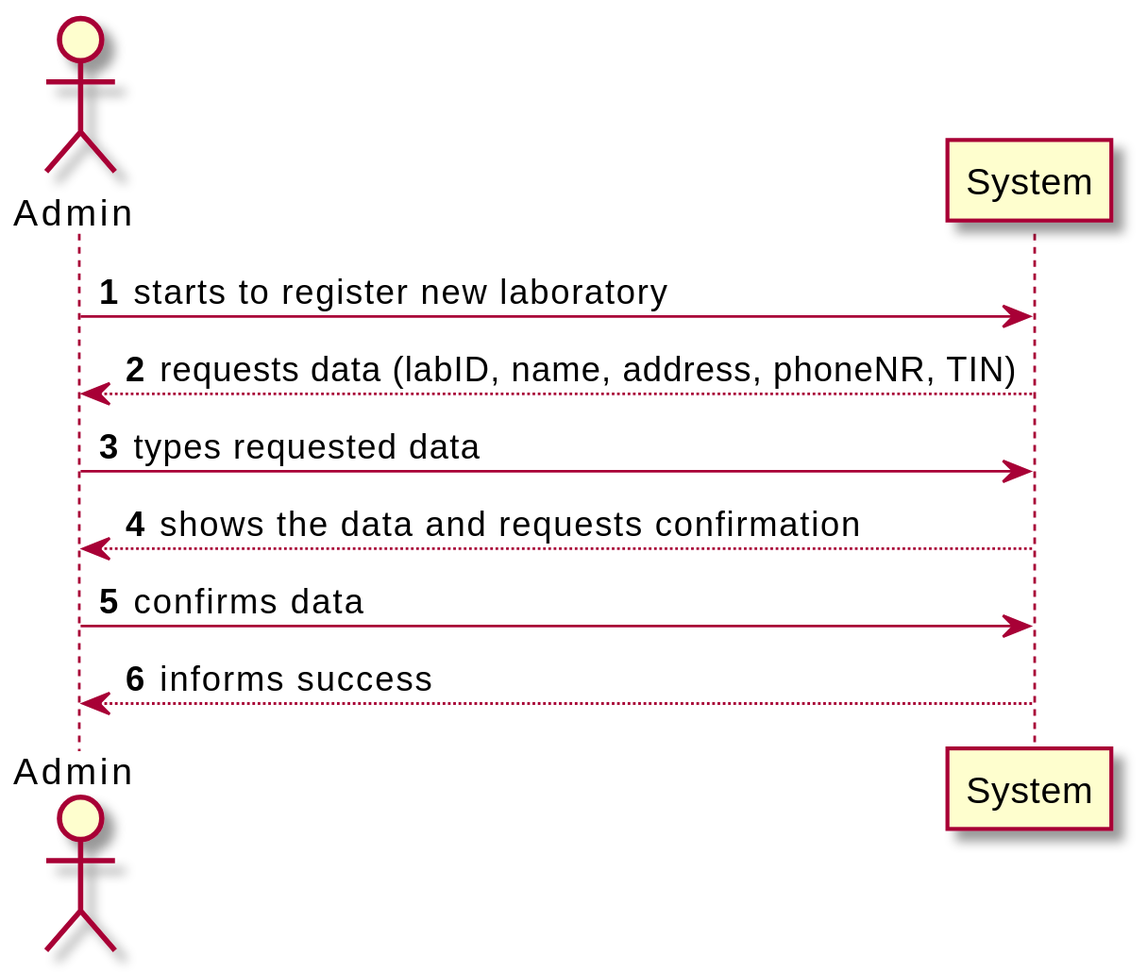
jsmarques98/LAPR2-ISEP keeps this PlantUML diagram as docs/SprintB/US8/US8_SSD.svg. Above is the earlier version.
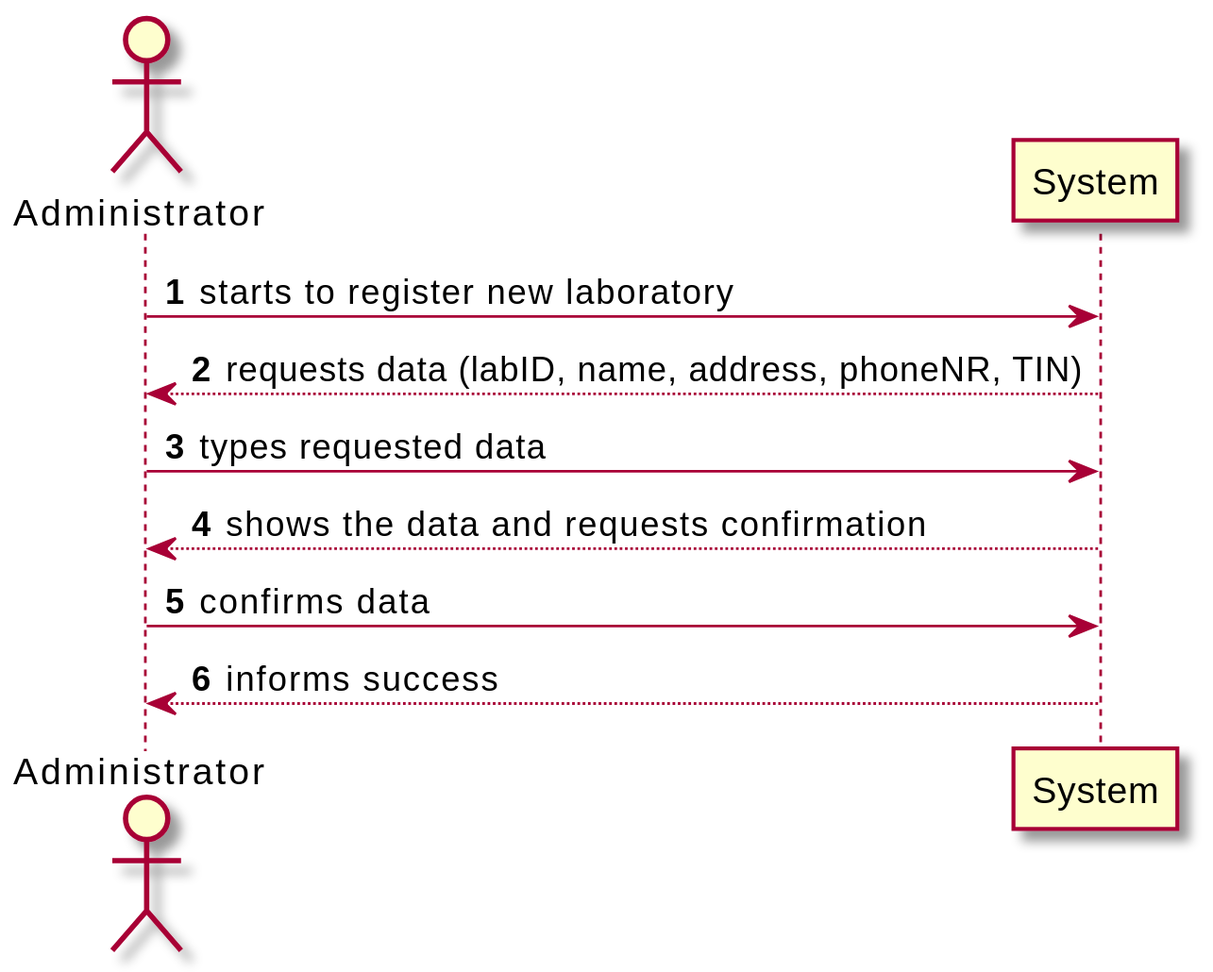
The same file after the commit.

Diff of the diagram source:
```diff
@@ -2,7 +2,7 @@
 
 autonumber
 
-actor  "Admin"
+actor  "Administrator" as Admin
 
 Admin -> System: starts to register new laboratory
 System --> Admin: requests data (labID, name, address, phoneNR, TIN)
```
